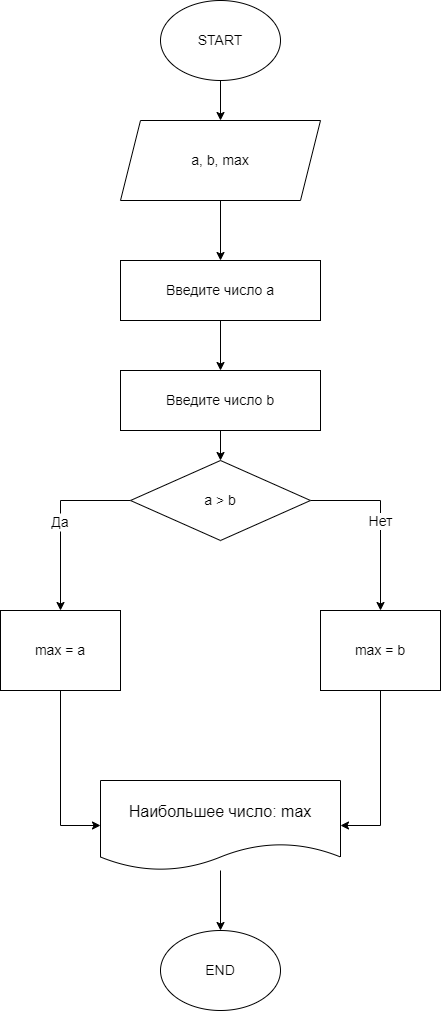
This is Homework/Homework_01/Ex004/diagram.drawio.png from shenlindao/CSharp, a draw.io export, as it was before one commit. Source tidied: cells renumbered, new cells last; positions are measured from the earlier drawing's top-left corner, leaving out a move shared by most shapes.
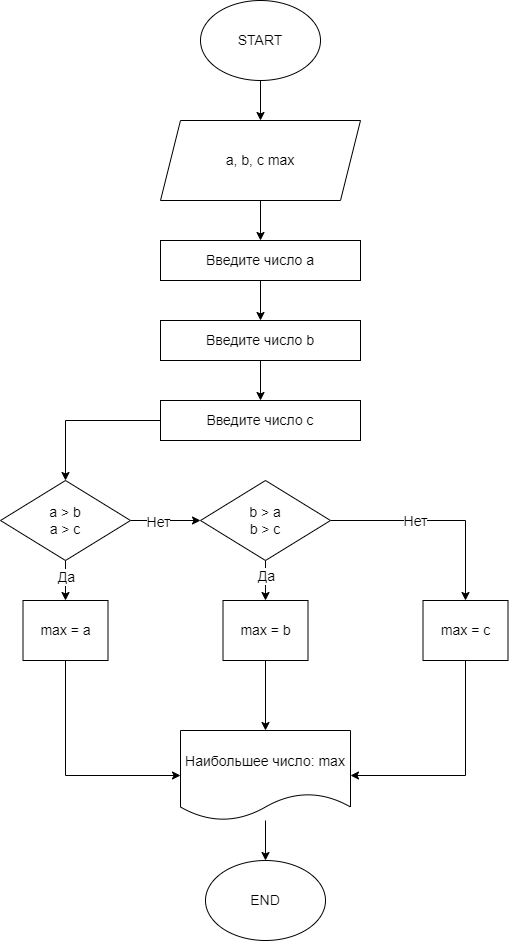
Above is the later version.

The edit, as a diff of the source:
```diff
@@ -11,71 +11,103 @@
     <mxCell id="4" style="edgeStyle=none;html=1;fontSize=14;" parent="1" edge="1" source="5" target="20">
       <mxGeometry relative="1" as="geometry" />
     </mxCell>
-    <mxCell id="5" value="&lt;font style=&quot;font-size: 14px;&quot;&gt;a, b, max&lt;br&gt;&lt;/font&gt;" style="shape=parallelogram;perimeter=parallelogramPerimeter;whiteSpace=wrap;html=1;fixedSize=1;" parent="1" vertex="1">
+    <mxCell id="5" value="&lt;font style=&quot;font-size: 14px;&quot;&gt;a, b, c max&lt;br&gt;&lt;/font&gt;" style="shape=parallelogram;perimeter=parallelogramPerimeter;whiteSpace=wrap;html=1;fixedSize=1;" parent="1" vertex="1">
       <mxGeometry x="120" y="120" width="200" height="80" as="geometry" />
     </mxCell>
-    <mxCell id="6" style="edgeStyle=none;html=1;fontSize=14;" parent="1" edge="1" source="8" target="9">
+    <mxCell id="6" style="edgeStyle=none;rounded=0;html=1;fontSize=14;" parent="1" edge="1" source="8" target="9">
       <mxGeometry relative="1" as="geometry" />
     </mxCell>
-    <mxCell id="7" style="edgeStyle=none;html=1;exitX=0;exitY=0.5;exitDx=0;exitDy=0;fontSize=14;" parent="1" edge="1" source="8">
-      <mxGeometry relative="1" as="geometry">
-        <mxPoint x="110" y="824.7" as="targetPoint" />
-      </mxGeometry>
-    </mxCell>
-    <mxCell id="8" value="&lt;font size=&quot;3&quot;&gt;Наибольшее число: max&lt;/font&gt;" style="shape=document;whiteSpace=wrap;html=1;boundedLbl=1;" parent="1" vertex="1">
-      <mxGeometry x="100" y="780" width="240" height="90" as="geometry" />
+    <mxCell id="8" value="&lt;font style=&quot;font-size: 14px;&quot;&gt;Наибольшее число: max&lt;/font&gt;" style="shape=document;whiteSpace=wrap;html=1;boundedLbl=1;" parent="1" vertex="1">
+      <mxGeometry x="140" y="730" width="170" height="90" as="geometry" />
     </mxCell>
     <mxCell id="9" value="END" style="ellipse;whiteSpace=wrap;html=1;fontSize=14;" parent="1" vertex="1">
-      <mxGeometry x="160" y="930" width="120" height="80" as="geometry" />
+      <mxGeometry x="165" y="860" width="120" height="80" as="geometry" />
     </mxCell>
+    <mxCell id="21" style="edgeStyle=none;rounded=0;html=1;fontSize=14;" parent="1" edge="1" source="12" target="31">
+      <mxGeometry relative="1" as="geometry" />
+    </mxCell>
+    <mxCell id="22" value="Нет" style="edgeLabel;html=1;align=center;verticalAlign=middle;fontSize=14;" parent="21" vertex="1">
+      <mxGeometry x="-0.22" y="-1" relative="1" as="geometry" />
+    </mxCell>
-    <mxCell id="10" value="Да" style="edgeStyle=none;entryX=0.5;entryY=0;entryDx=0;entryDy=0;fontSize=14;rounded=0;" parent="1" edge="1" source="12" target="14">
-      <mxGeometry relative="1" as="geometry">
-        <Array as="points">
-          <mxPoint x="60" y="500" />
-        </Array>
-      </mxGeometry>
+    <mxCell id="10" style="edgeStyle=none;rounded=0;html=1;fontSize=14;" parent="1" edge="1" source="12" target="14">
+      <mxGeometry relative="1" as="geometry" />
     </mxCell>
-    <mxCell id="11" value="Нет" style="edgeStyle=none;html=1;entryX=0.5;entryY=0;entryDx=0;entryDy=0;fontSize=14;rounded=0;" parent="1" edge="1" source="12" target="16">
-      <mxGeometry relative="1" as="geometry">
-        <Array as="points">
-          <mxPoint x="380" y="500" />
-        </Array>
-      </mxGeometry>
-    </mxCell>
+    <mxCell id="23" value="Да" style="edgeLabel;html=1;align=center;verticalAlign=middle;fontSize=14;" parent="10" vertex="1">
+      <mxGeometry x="-0.18" relative="1" as="geometry" />
+    </mxCell>
-    <mxCell id="12" value="&lt;font style=&quot;font-size: 14px;&quot;&gt;a &amp;gt; b&lt;/font&gt;" style="rhombus;whiteSpace=wrap;html=1;" parent="1" vertex="1">
-      <mxGeometry x="130" y="460" width="180" height="80" as="geometry" />
+    <mxCell id="12" value="&lt;font style=&quot;font-size: 14px;&quot;&gt;a &amp;gt; b&lt;br&gt;a &amp;gt; c&lt;br&gt;&lt;/font&gt;" style="rhombus;whiteSpace=wrap;html=1;" parent="1" vertex="1">
+      <mxGeometry x="-40" y="480" width="130" height="80" as="geometry" />
     </mxCell>
-    <mxCell id="13" style="edgeStyle=none;html=1;entryX=0;entryY=0.5;entryDx=0;entryDy=0;fontSize=14;rounded=0;" parent="1" edge="1" source="14" target="8">
-      <mxGeometry relative="1" as="geometry">
-        <Array as="points">
-          <mxPoint x="60" y="825" />
-        </Array>
-      </mxGeometry>
-    </mxCell>
-    <mxCell id="14" value="&lt;font style=&quot;font-size: 14px;&quot;&gt;max = a&lt;/font&gt;" style="whiteSpace=wrap;html=1;" parent="1" vertex="1">
-      <mxGeometry y="610" width="120" height="80" as="geometry" />
-    </mxCell>
-    <mxCell id="15" style="edgeStyle=none;html=1;entryX=1;entryY=0.5;entryDx=0;entryDy=0;fontSize=14;rounded=0;" parent="1" edge="1" source="16" target="8">
-      <mxGeometry relative="1" as="geometry">
-        <Array as="points">
-          <mxPoint x="380" y="825" />
-        </Array>
-      </mxGeometry>
-    </mxCell>
-    <mxCell id="16" value="&lt;font style=&quot;font-size: 14px;&quot;&gt;max = b&lt;/font&gt;" style="whiteSpace=wrap;html=1;" parent="1" vertex="1">
-      <mxGeometry x="320" y="610" width="120" height="80" as="geometry" />
-    </mxCell>
-    <mxCell id="17" style="edgeStyle=none;html=1;fontSize=14;" parent="1" edge="1" source="18" target="12">
-      <mxGeometry relative="1" as="geometry" />
-    </mxCell>
+    <mxCell id="24" style="edgeStyle=none;html=1;" parent="1" edge="1" source="18" target="26">
+      <mxGeometry relative="1" as="geometry" />
+    </mxCell>
     <mxCell id="18" value="Введите число b" style="rounded=0;whiteSpace=wrap;html=1;fontSize=14;" parent="1" vertex="1">
-      <mxGeometry x="120" y="370" width="200" height="60" as="geometry" />
+      <mxGeometry x="120" y="320" width="200" height="40" as="geometry" />
     </mxCell>
     <mxCell id="19" style="edgeStyle=none;html=1;fontSize=14;" parent="1" edge="1" source="20" target="18">
       <mxGeometry relative="1" as="geometry" />
     </mxCell>
     <mxCell id="20" value="Введите число a" style="rounded=0;whiteSpace=wrap;html=1;fontSize=14;" parent="1" vertex="1">
-      <mxGeometry x="120" y="260" width="200" height="60" as="geometry" />
+      <mxGeometry x="120" y="240" width="200" height="40" as="geometry" />
     </mxCell>
+    <mxCell id="25" style="edgeStyle=none;html=1;rounded=0;" parent="1" edge="1" source="26" target="12">
+      <mxGeometry relative="1" as="geometry">
+        <Array as="points">
+          <mxPoint x="25" y="420" />
+        </Array>
+      </mxGeometry>
+    </mxCell>
+    <mxCell id="26" value="Введите число c" style="rounded=0;whiteSpace=wrap;html=1;fontSize=14;" parent="1" vertex="1">
+      <mxGeometry x="120" y="400" width="200" height="40" as="geometry" />
+    </mxCell>
+    <mxCell id="13" style="edgeStyle=none;rounded=0;html=1;entryX=0;entryY=0.5;entryDx=0;entryDy=0;fontSize=14;" parent="1" edge="1" source="14" target="8">
+      <mxGeometry relative="1" as="geometry">
+        <Array as="points">
+          <mxPoint x="25" y="775" />
+        </Array>
+      </mxGeometry>
+    </mxCell>
+    <mxCell id="14" value="&lt;font style=&quot;font-size: 14px;&quot;&gt;max = a&lt;/font&gt;" style="whiteSpace=wrap;html=1;" parent="1" vertex="1">
+      <mxGeometry x="-17.5" y="600" width="85" height="60" as="geometry" />
+    </mxCell>
+    <mxCell id="27" style="edgeStyle=none;rounded=0;html=1;fontSize=14;entryX=0.5;entryY=0;entryDx=0;entryDy=0;" parent="1" edge="1" source="31" target="33">
+      <mxGeometry relative="1" as="geometry">
+        <Array as="points">
+          <mxPoint x="425" y="520" />
+        </Array>
+      </mxGeometry>
+    </mxCell>
+    <mxCell id="28" value="Нет" style="edgeLabel;html=1;align=center;verticalAlign=middle;fontSize=14;" parent="27" vertex="1">
+      <mxGeometry x="-0.22" relative="1" as="geometry" />
+    </mxCell>
+    <mxCell id="29" style="edgeStyle=none;rounded=0;html=1;fontSize=14;" parent="1" edge="1" source="31" target="16">
+      <mxGeometry relative="1" as="geometry">
+        <Array as="points">
+          <mxPoint x="225" y="570" />
+        </Array>
+      </mxGeometry>
+    </mxCell>
+    <mxCell id="30" value="Да" style="edgeLabel;html=1;align=center;verticalAlign=middle;fontSize=14;" parent="29" vertex="1">
+      <mxGeometry x="-0.19" relative="1" as="geometry" />
+    </mxCell>
+    <mxCell id="31" value="&lt;font style=&quot;font-size: 14px;&quot;&gt;b &amp;gt; a&lt;br&gt;b &amp;gt; c&lt;br&gt;&lt;/font&gt;" style="rhombus;whiteSpace=wrap;html=1;" parent="1" vertex="1">
+      <mxGeometry x="160" y="480" width="130" height="80" as="geometry" />
+    </mxCell>
+    <mxCell id="15" style="edgeStyle=none;rounded=0;html=1;fontSize=14;" parent="1" edge="1" source="16" target="8">
+      <mxGeometry relative="1" as="geometry" />
+    </mxCell>
+    <mxCell id="16" value="&lt;font style=&quot;font-size: 14px;&quot;&gt;max = b&lt;/font&gt;" style="whiteSpace=wrap;html=1;" parent="1" vertex="1">
+      <mxGeometry x="182.5" y="600" width="85" height="60" as="geometry" />
+    </mxCell>
+    <mxCell id="32" style="edgeStyle=none;rounded=0;html=1;entryX=1;entryY=0.5;entryDx=0;entryDy=0;fontSize=14;" parent="1" edge="1" source="33" target="8">
+      <mxGeometry relative="1" as="geometry">
+        <Array as="points">
+          <mxPoint x="425" y="775" />
+        </Array>
+      </mxGeometry>
+    </mxCell>
+    <mxCell id="33" value="&lt;font style=&quot;font-size: 14px;&quot;&gt;max = c&lt;/font&gt;" style="whiteSpace=wrap;html=1;" parent="1" vertex="1">
+      <mxGeometry x="382.5" y="600" width="85" height="60" as="geometry" />
+    </mxCell>
   </root>
 </mxGraphModel>
```
